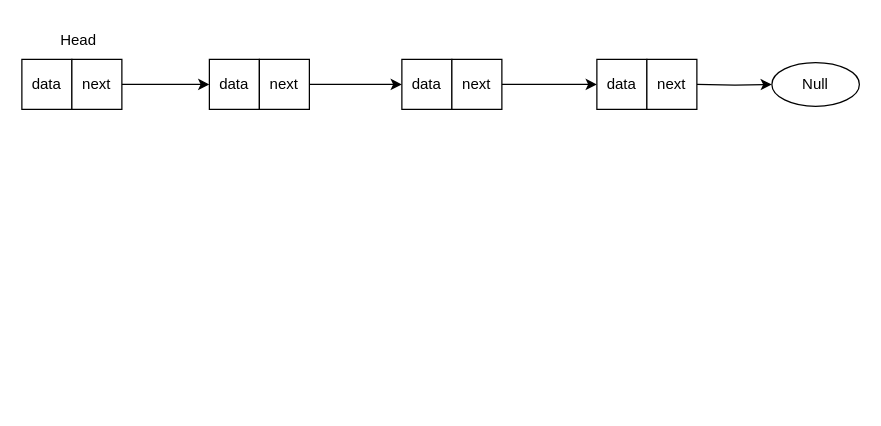
Before: Tmp.drawio in Moon-road/images, a draw.io diagram. Source tidied: cells renumbered, new cells numbered last; positions are measured from the earlier drawing's top-left corner, leaving out a move shared by most shapes. Both pictures are drawn from the tidied source at 125%, with x=0, y=0 at pixel (21, 21).
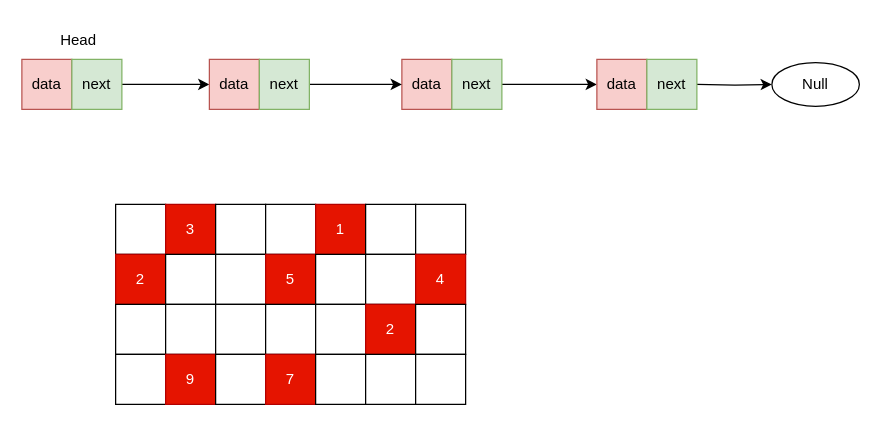
After the change.

Diff of the diagram source:
```diff
@@
-    <mxCell id="2" value="data" style="rounded=0;whiteSpace=wrap;html=1;" parent="1" vertex="1">
+    <mxCell id="2" value="data" style="rounded=0;whiteSpace=wrap;html=1;fillColor=#f8cecc;strokeColor=#b85450;" parent="1" vertex="1">
       <mxGeometry y="30" width="40" height="40" as="geometry" />
     </mxCell>
@@
-    <mxCell id="6" value="next" style="rounded=0;whiteSpace=wrap;html=1;" parent="1" vertex="1">
+    <mxCell id="6" value="next" style="rounded=0;whiteSpace=wrap;html=1;fillColor=#d5e8d4;strokeColor=#82b366;" parent="1" vertex="1">
       <mxGeometry x="40" y="30" width="40" height="40" as="geometry" />
     </mxCell>
-    <mxCell id="7" value="data" style="rounded=0;whiteSpace=wrap;html=1;" parent="1" vertex="1">
+    <mxCell id="7" value="data" style="rounded=0;whiteSpace=wrap;html=1;fillColor=#f8cecc;strokeColor=#b85450;" parent="1" vertex="1">
       <mxGeometry x="304" y="30" width="40" height="40" as="geometry" />
     </mxCell>
@@
-    <mxCell id="9" value="next" style="rounded=0;whiteSpace=wrap;html=1;" parent="1" vertex="1">
+    <mxCell id="9" value="next" style="rounded=0;whiteSpace=wrap;html=1;fillColor=#d5e8d4;strokeColor=#82b366;" parent="1" vertex="1">
       <mxGeometry x="344" y="30" width="40" height="40" as="geometry" />
     </mxCell>
-    <mxCell id="10" value="data" style="rounded=0;whiteSpace=wrap;html=1;" parent="1" vertex="1">
+    <mxCell id="10" value="data" style="rounded=0;whiteSpace=wrap;html=1;fillColor=#f8cecc;strokeColor=#b85450;" parent="1" vertex="1">
       <mxGeometry x="460" y="30" width="40" height="40" as="geometry" />
     </mxCell>
-    <mxCell id="11" value="next" style="rounded=0;whiteSpace=wrap;html=1;" parent="1" vertex="1">
+    <mxCell id="11" value="next" style="rounded=0;whiteSpace=wrap;html=1;fillColor=#d5e8d4;strokeColor=#82b366;" parent="1" vertex="1">
       <mxGeometry x="500" y="30" width="40" height="40" as="geometry" />
     </mxCell>
-    <mxCell id="12" value="data" style="rounded=0;whiteSpace=wrap;html=1;" parent="1" vertex="1">
+    <mxCell id="12" value="data" style="rounded=0;whiteSpace=wrap;html=1;fillColor=#f8cecc;strokeColor=#b85450;" parent="1" vertex="1">
       <mxGeometry x="150" y="30" width="40" height="40" as="geometry" />
     </mxCell>
@@
-    <mxCell id="14" value="next" style="rounded=0;whiteSpace=wrap;html=1;" parent="1" vertex="1">
+    <mxCell id="14" value="next" style="rounded=0;whiteSpace=wrap;html=1;fillColor=#d5e8d4;strokeColor=#82b366;" parent="1" vertex="1">
       <mxGeometry x="190" y="30" width="40" height="40" as="geometry" />
     </mxCell>
@@
+    <mxCell id="16" style="rounded=0;whiteSpace=wrap;html=1;" parent="1" vertex="1">
+      <mxGeometry x="75" y="146" width="40" height="40" as="geometry" />
+    </mxCell>
+    <mxCell id="17" value="3" style="rounded=0;whiteSpace=wrap;html=1;fillColor=#e51400;strokeColor=#B20000;fontColor=#ffffff;" parent="1" vertex="1">
+      <mxGeometry x="115" y="146" width="40" height="40" as="geometry" />
+    </mxCell>
+    <mxCell id="18" style="rounded=0;whiteSpace=wrap;html=1;" parent="1" vertex="1">
+      <mxGeometry x="155" y="146" width="40" height="40" as="geometry" />
+    </mxCell>
+    <mxCell id="19" style="rounded=0;whiteSpace=wrap;html=1;" parent="1" vertex="1">
+      <mxGeometry x="195" y="146" width="40" height="40" as="geometry" />
+    </mxCell>
+    <mxCell id="20" style="edgeStyle=orthogonalEdgeStyle;rounded=0;jettySize=auto;html=1;exitX=1;exitY=0.25;exitDx=0;exitDy=0;entryX=0.75;entryY=1;entryDx=0;entryDy=0;" parent="1" edge="1" source="23" target="25">
+      <mxGeometry relative="1" as="geometry">
+        <Array as="points">
+          <mxPoint x="345" y="156" />
+        </Array>
+      </mxGeometry>
+    </mxCell>
+    <mxCell id="21" style="edgeStyle=orthogonalEdgeStyle;rounded=0;jettySize=auto;html=1;exitX=1;exitY=0.5;exitDx=0;exitDy=0;entryX=0.75;entryY=1;entryDx=0;entryDy=0;" parent="1" edge="1" source="23" target="25">
+      <mxGeometry relative="1" as="geometry" />
+    </mxCell>
+    <mxCell id="22" style="edgeStyle=orthogonalEdgeStyle;rounded=0;jettySize=auto;html=1;exitX=1;exitY=0.5;exitDx=0;exitDy=0;" parent="1" edge="1" source="23" target="32">
+      <mxGeometry relative="1" as="geometry" />
+    </mxCell>
+    <mxCell id="23" value="1" style="rounded=0;whiteSpace=wrap;html=1;fillColor=#e51400;strokeColor=#B20000;fontColor=#ffffff;" parent="1" vertex="1">
+      <mxGeometry x="235" y="146" width="40" height="40" as="geometry" />
+    </mxCell>
+    <mxCell id="24" style="rounded=0;whiteSpace=wrap;html=1;" parent="1" vertex="1">
+      <mxGeometry x="275" y="146" width="40" height="40" as="geometry" />
+    </mxCell>
+    <mxCell id="25" style="rounded=0;whiteSpace=wrap;html=1;" parent="1" vertex="1">
+      <mxGeometry x="315" y="146" width="40" height="40" as="geometry" />
+    </mxCell>
+    <mxCell id="26" value="2" style="rounded=0;whiteSpace=wrap;html=1;fillColor=#e51400;strokeColor=#B20000;fontColor=#ffffff;" parent="1" vertex="1">
+      <mxGeometry x="75" y="186" width="40" height="40" as="geometry" />
+    </mxCell>
+    <mxCell id="27" style="rounded=0;whiteSpace=wrap;html=1;" parent="1" vertex="1">
+      <mxGeometry x="115" y="186" width="40" height="40" as="geometry" />
+    </mxCell>
+    <mxCell id="28" style="rounded=0;whiteSpace=wrap;html=1;" parent="1" vertex="1">
+      <mxGeometry x="155" y="186" width="40" height="40" as="geometry" />
+    </mxCell>
+    <mxCell id="29" value="5" style="rounded=0;whiteSpace=wrap;html=1;fillColor=#e51400;strokeColor=#B20000;fontColor=#ffffff;" parent="1" vertex="1">
+      <mxGeometry x="195" y="186" width="40" height="40" as="geometry" />
+    </mxCell>
+    <mxCell id="30" style="rounded=0;whiteSpace=wrap;html=1;" parent="1" vertex="1">
+      <mxGeometry x="235" y="186" width="40" height="40" as="geometry" />
+    </mxCell>
+    <mxCell id="31" style="rounded=0;whiteSpace=wrap;html=1;" parent="1" vertex="1">
+      <mxGeometry x="275" y="186" width="40" height="40" as="geometry" />
+    </mxCell>
+    <mxCell id="32" value="4" style="rounded=0;whiteSpace=wrap;html=1;fillColor=#e51400;strokeColor=#B20000;fontColor=#ffffff;" parent="1" vertex="1">
+      <mxGeometry x="315" y="186" width="40" height="40" as="geometry" />
+    </mxCell>
+    <mxCell id="33" style="rounded=0;whiteSpace=wrap;html=1;" parent="1" vertex="1">
+      <mxGeometry x="75" y="226" width="40" height="40" as="geometry" />
+    </mxCell>
+    <mxCell id="34" style="rounded=0;whiteSpace=wrap;html=1;" parent="1" vertex="1">
+      <mxGeometry x="115" y="226" width="40" height="40" as="geometry" />
+    </mxCell>
+    <mxCell id="35" style="rounded=0;whiteSpace=wrap;html=1;" parent="1" vertex="1">
+      <mxGeometry x="155" y="226" width="40" height="40" as="geometry" />
+    </mxCell>
+    <mxCell id="36" style="rounded=0;whiteSpace=wrap;html=1;" parent="1" vertex="1">
+      <mxGeometry x="195" y="226" width="40" height="40" as="geometry" />
+    </mxCell>
+    <mxCell id="37" style="rounded=0;whiteSpace=wrap;html=1;" parent="1" vertex="1">
+      <mxGeometry x="235" y="226" width="40" height="40" as="geometry" />
+    </mxCell>
+    <mxCell id="38" value="2" style="rounded=0;whiteSpace=wrap;html=1;fillColor=#e51400;strokeColor=#B20000;fontColor=#ffffff;" parent="1" vertex="1">
+      <mxGeometry x="275" y="226" width="40" height="40" as="geometry" />
+    </mxCell>
+    <mxCell id="39" style="rounded=0;whiteSpace=wrap;html=1;" parent="1" vertex="1">
+      <mxGeometry x="315" y="226" width="40" height="40" as="geometry" />
+    </mxCell>
+    <mxCell id="40" style="rounded=0;whiteSpace=wrap;html=1;" parent="1" vertex="1">
+      <mxGeometry x="75" y="266" width="40" height="40" as="geometry" />
+    </mxCell>
+    <mxCell id="41" value="9" style="rounded=0;whiteSpace=wrap;html=1;fillColor=#e51400;strokeColor=#B20000;fontColor=#ffffff;" parent="1" vertex="1">
+      <mxGeometry x="115" y="266" width="40" height="40" as="geometry" />
+    </mxCell>
+    <mxCell id="42" style="rounded=0;whiteSpace=wrap;html=1;" parent="1" vertex="1">
+      <mxGeometry x="155" y="266" width="40" height="40" as="geometry" />
+    </mxCell>
+    <mxCell id="43" value="7" style="rounded=0;whiteSpace=wrap;html=1;fillColor=#e51400;strokeColor=#B20000;fontColor=#ffffff;" parent="1" vertex="1">
+      <mxGeometry x="195" y="266" width="40" height="40" as="geometry" />
+    </mxCell>
+    <mxCell id="44" style="rounded=0;whiteSpace=wrap;html=1;" parent="1" vertex="1">
+      <mxGeometry x="235" y="266" width="40" height="40" as="geometry" />
+    </mxCell>
+    <mxCell id="45" style="rounded=0;whiteSpace=wrap;html=1;" parent="1" vertex="1">
+      <mxGeometry x="275" y="266" width="40" height="40" as="geometry" />
+    </mxCell>
+    <mxCell id="46" style="rounded=0;whiteSpace=wrap;html=1;" parent="1" vertex="1">
+      <mxGeometry x="315" y="266" width="40" height="40" as="geometry" />
+    </mxCell>
```
